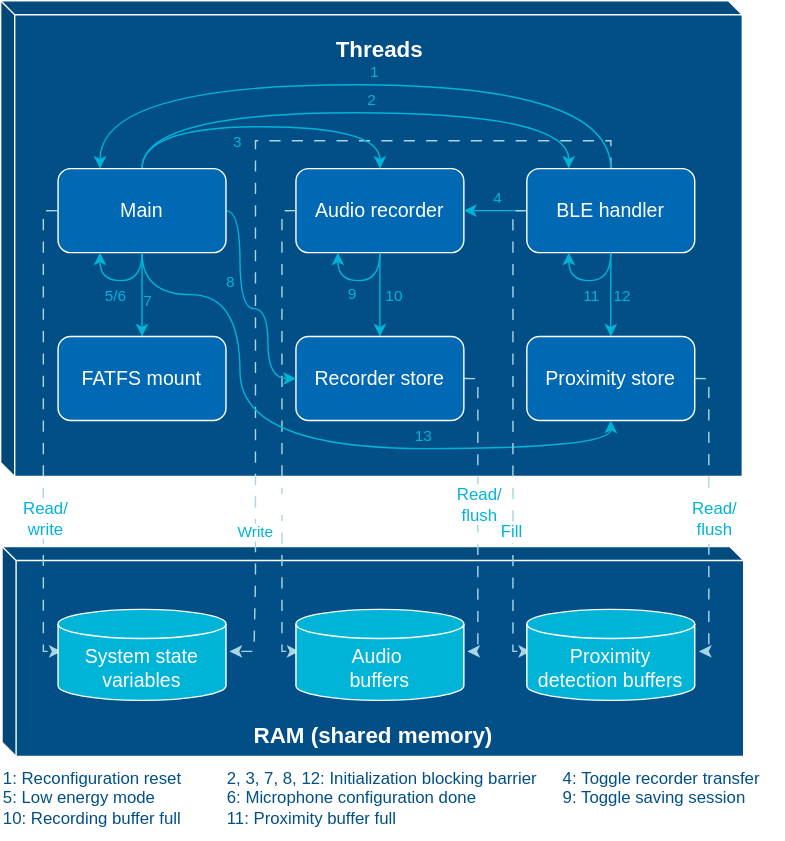
Before: 01-Report/diagram/threads.drawio.svg, a diagram exported from draw.io (DrinkDark/Master_TM_DataCollar). Source tidied: cells renumbered, new cells last; positions are measured from the earlier drawing's top-left corner, leaving out a move shared by most shapes.
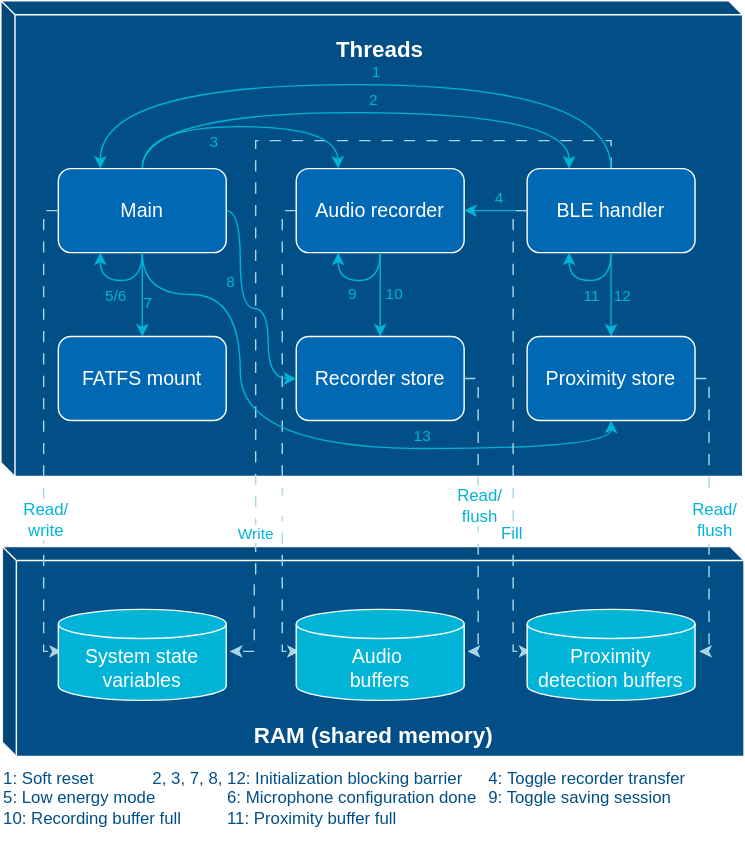
The same diagram one commit later.

What changed in the source:
```diff
@@ -100,11 +100,11 @@
     <mxCell id="21" value="&lt;font color=&quot;#ffffff&quot; style=&quot;font-size: 14px;&quot;&gt;Proximity store&lt;/font&gt;" style="rounded=1;whiteSpace=wrap;html=1;fillColor=#0169B3;strokeColor=#FFFFFF;" parent="1" vertex="1">
       <mxGeometry x="376" y="240" width="120" height="60" as="geometry" />
     </mxCell>
-    <mxCell id="22" style="edgeStyle=orthogonalEdgeStyle;rounded=0;jettySize=auto;html=1;exitX=0.5;exitY=0;exitDx=0;exitDy=0;entryX=0.5;entryY=0;entryDx=0;entryDy=0;curved=1;strokeColor=#00B4D8;" parent="1" edge="1" source="32" target="10">
+    <mxCell id="22" style="edgeStyle=orthogonalEdgeStyle;rounded=0;jettySize=auto;html=1;exitX=0.5;exitY=0;exitDx=0;exitDy=0;entryX=0.25;entryY=0;entryDx=0;entryDy=0;curved=1;strokeColor=#00B4D8;" parent="1" edge="1" source="32" target="10">
       <mxGeometry relative="1" as="geometry">
         <Array as="points">
           <mxPoint x="101" y="90" />
-          <mxPoint x="271" y="90" />
+          <mxPoint x="240" y="90" />
         </Array>
       </mxGeometry>
     </mxCell>
@@ -241,8 +241,8 @@
         </Array>
       </mxGeometry>
     </mxCell>
-    <mxCell id="44" value="&lt;font color=&quot;#014f86&quot;&gt;1:&amp;nbsp;Reconfiguration reset&lt;span style=&quot;white-space: pre;&quot;&gt;&#9;&lt;/span&gt;&lt;span style=&quot;white-space: pre;&quot;&gt;&#9;&lt;/span&gt;2, 3, 7, 8, 12:&amp;nbsp;Initialization blocking barrier&lt;span style=&quot;white-space: pre;&quot;&gt;&#9;&lt;/span&gt;4:&amp;nbsp;Toggle recorder transfer&lt;/font&gt;&lt;div&gt;&lt;font color=&quot;#014f86&quot;&gt;5: Low energy mode&lt;span style=&quot;white-space: pre;&quot;&gt;&#9;&lt;/span&gt;&lt;span style=&quot;white-space: pre;&quot;&gt;&#9;&lt;/span&gt;6: Microphone configuration done&lt;span style=&quot;white-space: pre;&quot;&gt;&#9;&lt;/span&gt;&lt;span style=&quot;white-space: pre;&quot;&gt;&#9;&lt;/span&gt;&lt;span style=&quot;white-space: pre;&quot;&gt;&#9;&lt;/span&gt;9: Toggle saving session&lt;/font&gt;&lt;/div&gt;&lt;div&gt;&lt;font color=&quot;#014f86&quot;&gt;10: Recording buffer full&lt;span style=&quot;white-space: pre;&quot;&gt;&#9;&lt;/span&gt;&lt;span style=&quot;white-space: pre;&quot;&gt;&#9;&lt;/span&gt;11: Proximity buffer full&lt;/font&gt;&lt;/div&gt;" style="text;html=1;align=left;verticalAlign=middle;strokeColor=none;fillColor=none;" parent="1" vertex="1">
-      <mxGeometry y="540" width="560" height="60" as="geometry" />
+    <mxCell id="44" value="&lt;font color=&quot;#014f86&quot;&gt;1:&amp;nbsp;Soft reset&lt;span style=&quot;white-space: pre;&quot;&gt;&#9;&lt;/span&gt;&lt;span style=&quot;white-space: pre;&quot;&gt;&#9;&lt;/span&gt;2, 3, 7, 8, 12:&amp;nbsp;Initialization blocking barrier&lt;span style=&quot;white-space: pre;&quot;&gt;&#9;&lt;/span&gt;4:&amp;nbsp;Toggle recorder transfer&lt;/font&gt;&lt;div&gt;&lt;font color=&quot;#014f86&quot;&gt;5: Low energy mode&lt;span style=&quot;white-space: pre;&quot;&gt;&#9;&lt;/span&gt;&lt;span style=&quot;white-space: pre;&quot;&gt;&#9;&lt;/span&gt;6: Microphone configuration done&lt;span style=&quot;white-space: pre;&quot;&gt;&#9;&lt;/span&gt;9: Toggle saving session&lt;/font&gt;&lt;/div&gt;&lt;div&gt;&lt;font color=&quot;#014f86&quot;&gt;10: Recording buffer full&lt;span style=&quot;white-space: pre;&quot;&gt;&#9;&lt;/span&gt;&lt;span style=&quot;white-space: pre;&quot;&gt;&#9;&lt;/span&gt;11: Proximity buffer full&lt;/font&gt;&lt;/div&gt;" style="text;html=1;align=left;verticalAlign=middle;strokeColor=none;fillColor=none;" parent="1" vertex="1">
+      <mxGeometry y="540" width="510" height="60" as="geometry" />
     </mxCell>
     <mxCell id="45" style="edgeStyle=orthogonalEdgeStyle;rounded=0;orthogonalLoop=1;jettySize=auto;html=1;exitX=0.5;exitY=1;exitDx=0;exitDy=0;entryX=0.25;entryY=1;entryDx=0;entryDy=0;curved=1;strokeColor=#00B4D8;" parent="1" edge="1" source="17" target="17">
       <mxGeometry relative="1" as="geometry">
```
